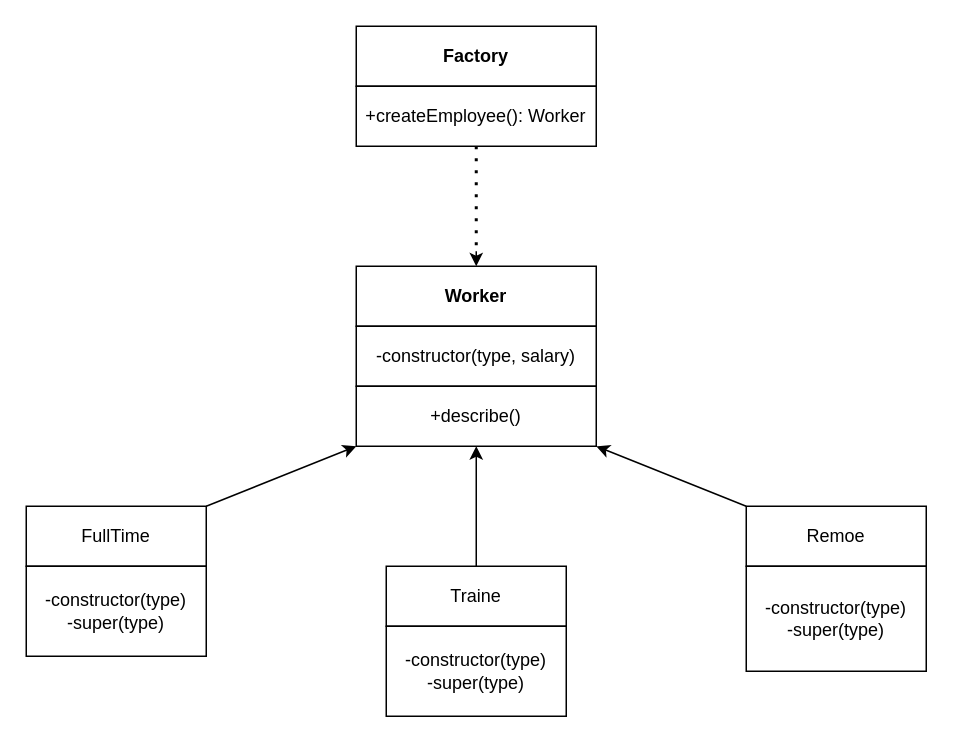
This is 1_creational/factory.drawio from plnnsimon/patterns, a draw.io file, before an edit. Source tidied: cells renumbered, new cells numbered last; positions are measured from the earlier drawing's top-left corner, leaving out a move shared by most shapes. Both pictures are drawn from the tidied source at 150%, with x=0, y=0 at pixel (26, 26).
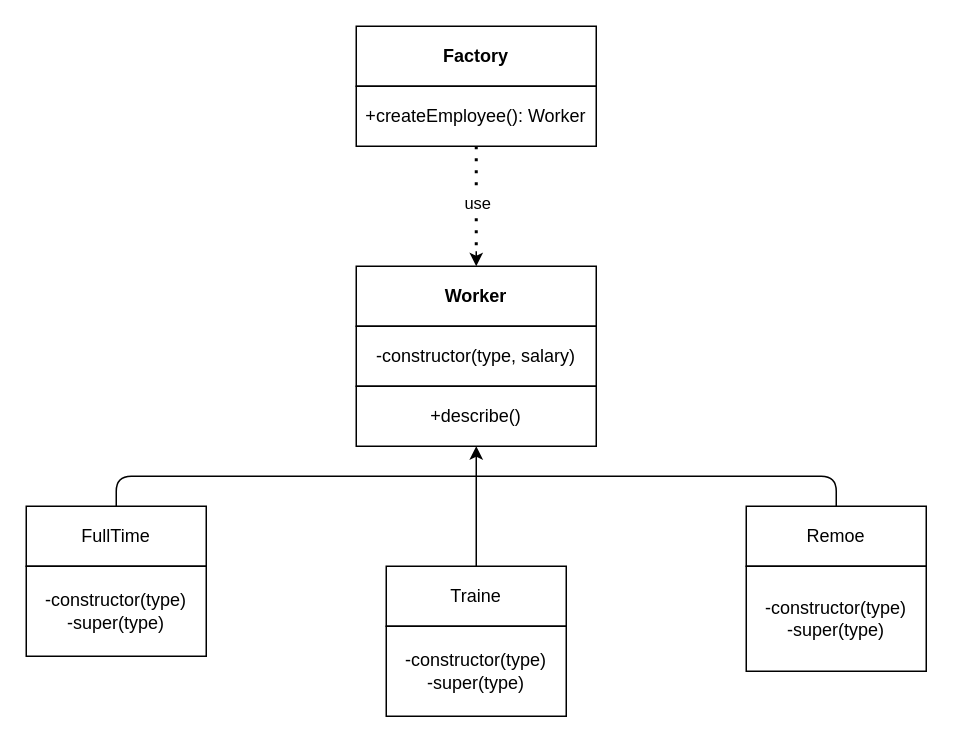
Above is the later version.

The change refers to these unchanged cells:
```xml
<mxCell id="3" value="+createEmployee(): Worker" style="rounded=0;whiteSpace=wrap;html=1;" parent="1" vertex="1">
  <mxGeometry x="220" y="40" width="160" height="40" as="geometry" />
</mxCell>
<mxCell id="6" value="+describe()" style="rounded=0;whiteSpace=wrap;html=1;" parent="1" vertex="1">
  <mxGeometry x="220" y="240" width="160" height="40" as="geometry" />
</mxCell>
<mxCell id="7" value="FullTime" style="rounded=0;whiteSpace=wrap;html=1;" parent="1" vertex="1">
  <mxGeometry y="320" width="120" height="40" as="geometry" />
</mxCell>
<mxCell id="8" value="Traine" style="rounded=0;whiteSpace=wrap;html=1;" parent="1" vertex="1">
  <mxGeometry x="240" y="360" width="120" height="40" as="geometry" />
</mxCell>
<mxCell id="9" value="Remoe" style="rounded=0;whiteSpace=wrap;html=1;" parent="1" vertex="1">
  <mxGeometry x="480" y="320" width="120" height="40" as="geometry" />
</mxCell>
```

Diff of the diagram source:
```diff
@@
-    <mxCell id="10" style="endArrow=classic;html=1;entryX=0;entryY=1;entryDx=0;entryDy=0;" parent="1" edge="1" target="6">
-      <mxGeometry relative="1" as="geometry">
-        <mxPoint x="120" y="320" as="sourcePoint" />
-      </mxGeometry>
-    </mxCell>
-    <mxCell id="11" style="endArrow=classic;html=1;entryX=0.5;entryY=1;entryDx=0;entryDy=0;exitX=0.5;exitY=0;exitDx=0;exitDy=0;" parent="1" edge="1" source="8" target="6">
-      <mxGeometry relative="1" as="geometry" />
-    </mxCell>
-    <mxCell id="12" style="endArrow=classic;html=1;" parent="1" edge="1">
-      <mxGeometry relative="1" as="geometry">
-        <mxPoint x="480" y="320" as="sourcePoint" />
-        <mxPoint x="380" y="280" as="targetPoint" />
-      </mxGeometry>
-    </mxCell>
@@
     <mxCell id="16" style="endArrow=none;dashed=1;html=1;dashPattern=1 3;strokeWidth=2;exitX=0.5;exitY=1;exitDx=0;exitDy=0;" parent="1" edge="1" source="3">
       <mxGeometry relative="1" as="geometry">
         <mxPoint x="300" y="150" as="targetPoint" />
+        <Array as="points">
+          <mxPoint x="300" y="120" />
+        </Array>
       </mxGeometry>
     </mxCell>
+    <mxCell id="18" value="use" style="edgeLabel;html=1;align=center;verticalAlign=middle;" parent="16" vertex="1">
+      <mxGeometry x="0.05" relative="1" as="geometry" />
+    </mxCell>
     <mxCell id="17" style="endArrow=classic;html=1;" parent="1" edge="1">
       <mxGeometry relative="1" as="geometry">
         <mxPoint x="300" y="150" as="sourcePoint" />
         <mxPoint x="300" y="160" as="targetPoint" />
+        <Array as="points">
+          <mxPoint x="300" y="160" />
+        </Array>
       </mxGeometry>
     </mxCell>
+    <mxCell id="19" style="endArrow=none;html=1;exitX=0.5;exitY=0;exitDx=0;exitDy=0;entryX=0.5;entryY=0;entryDx=0;entryDy=0;" parent="1" edge="1" source="7" target="9">
+      <mxGeometry relative="1" as="geometry">
+        <Array as="points">
+          <mxPoint x="60" y="300" />
+          <mxPoint x="540" y="300" />
+        </Array>
+      </mxGeometry>
+    </mxCell>
+    <mxCell id="20" style="endArrow=none;html=1;" parent="1" edge="1">
+      <mxGeometry relative="1" as="geometry">
+        <mxPoint x="300" y="360" as="sourcePoint" />
+        <mxPoint x="300" y="300" as="targetPoint" />
+      </mxGeometry>
+    </mxCell>
+    <mxCell id="21" style="endArrow=classic;html=1;entryX=0.5;entryY=1;entryDx=0;entryDy=0;" parent="1" edge="1" target="6">
+      <mxGeometry relative="1" as="geometry">
+        <mxPoint x="300" y="300" as="sourcePoint" />
+      </mxGeometry>
+    </mxCell>
```
